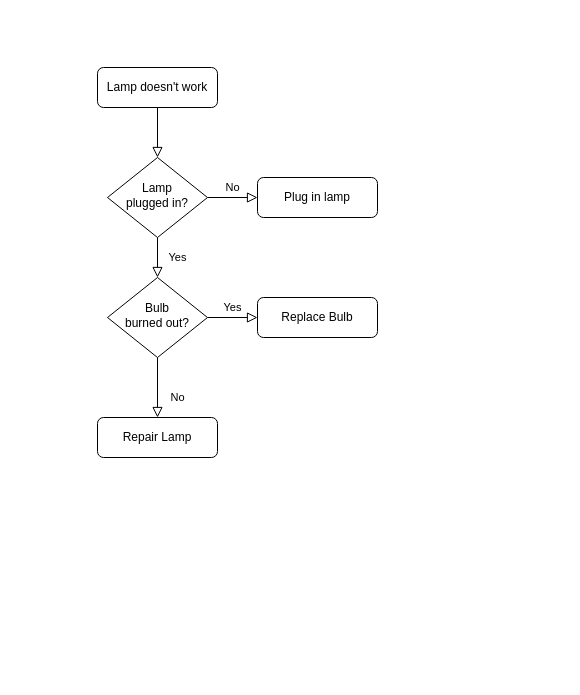
Earlier version of the draw.io diagram vm-sizes-approval.drawio (shariashaari/Diagrams). Source tidied: cells renumbered, new cells numbered last; positions are measured from the earlier drawing's top-left corner, leaving out a move shared by most shapes. Both pictures are drawn from the tidied source at 100%, with x=0, y=0 at pixel (97, 67).
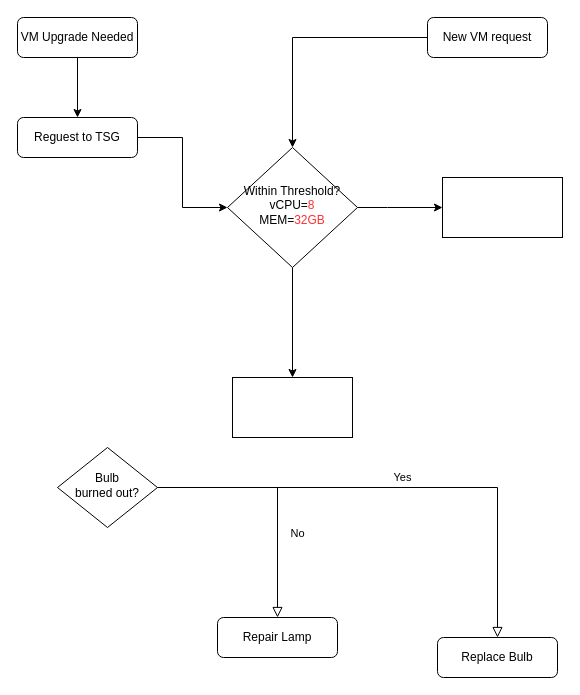
Above is the later version.

Change to the diagram source:
```diff
@@
 <mxGraphModel>
   <root>
     <mxCell id="0" />
     <mxCell id="1" parent="0" />
-    <mxCell id="2" style="rounded=0;html=1;jettySize=auto;fontSize=11;endArrow=block;endFill=0;endSize=8;strokeWidth=1;shadow=0;labelBackgroundColor=none;edgeStyle=orthogonalEdgeStyle;" parent="1" edge="1" source="3" target="6">
-      <mxGeometry relative="1" as="geometry" />
-    </mxCell>
+    <mxCell id="13" style="edgeStyle=orthogonalEdgeStyle;rounded=0;jettySize=auto;html=1;" parent="1" edge="1" source="3" target="17">
+      <mxGeometry relative="1" as="geometry" />
+    </mxCell>
-    <mxCell id="3" value="Lamp doesn't work" style="rounded=1;whiteSpace=wrap;html=1;fontSize=12;glass=0;strokeWidth=1;shadow=0;" parent="1" vertex="1">
-      <mxGeometry width="120" height="40" as="geometry" />
+    <mxCell id="3" value="VM Upgrade Needed" style="rounded=1;whiteSpace=wrap;html=1;fontSize=12;glass=0;strokeWidth=1;shadow=0;" parent="1" vertex="1">
+      <mxGeometry x="-80" y="-50" width="120" height="40" as="geometry" />
     </mxCell>
-    <mxCell id="4" value="Yes" style="rounded=0;html=1;jettySize=auto;fontSize=11;endArrow=block;endFill=0;endSize=8;strokeWidth=1;shadow=0;labelBackgroundColor=none;edgeStyle=orthogonalEdgeStyle;" parent="1" edge="1" source="6" target="10">
-      <mxGeometry y="20" relative="1" as="geometry" />
-    </mxCell>
-    <mxCell id="5" value="No" style="edgeStyle=orthogonalEdgeStyle;rounded=0;html=1;jettySize=auto;fontSize=11;endArrow=block;endFill=0;endSize=8;strokeWidth=1;shadow=0;labelBackgroundColor=none;" parent="1" edge="1" source="6" target="7">
-      <mxGeometry y="10" relative="1" as="geometry" />
-    </mxCell>
+    <mxCell id="14" style="edgeStyle=orthogonalEdgeStyle;rounded=0;jettySize=auto;html=1;fontColor=#FF3333;" parent="1" edge="1" source="6" target="20">
+      <mxGeometry relative="1" as="geometry">
+        <Array as="points">
+          <mxPoint x="290" y="140" />
+          <mxPoint x="290" y="140" />
+        </Array>
+      </mxGeometry>
+    </mxCell>
+    <mxCell id="15" style="edgeStyle=orthogonalEdgeStyle;rounded=0;jettySize=auto;html=1;fontColor=#FF3333;" parent="1" edge="1" source="6" target="21">
+      <mxGeometry relative="1" as="geometry" />
+    </mxCell>
-    <mxCell id="6" value="Lamp&lt;br&gt;plugged in?" style="rhombus;whiteSpace=wrap;html=1;shadow=0;fontFamily=Helvetica;fontSize=12;align=center;strokeWidth=1;spacing=6;spacingTop=-4;" parent="1" vertex="1">
-      <mxGeometry x="10" y="90" width="100" height="80" as="geometry" />
+    <mxCell id="6" value="Within Threshold?&lt;br&gt;vCPU=&lt;font color=&quot;#ff3333&quot;&gt;8&lt;/font&gt;&lt;br&gt;MEM=&lt;font color=&quot;#ff3333&quot;&gt;32GB&lt;/font&gt;" style="rhombus;whiteSpace=wrap;html=1;shadow=0;fontFamily=Helvetica;fontSize=12;align=center;strokeWidth=1;spacing=6;spacingTop=-4;" parent="1" vertex="1">
+      <mxGeometry x="130" y="80" width="130" height="120" as="geometry" />
     </mxCell>
-    <mxCell id="7" value="Plug in lamp" style="rounded=1;whiteSpace=wrap;html=1;fontSize=12;glass=0;strokeWidth=1;shadow=0;" parent="1" vertex="1">
-      <mxGeometry x="160" y="110" width="120" height="40" as="geometry" />
-    </mxCell>
     <mxCell id="8" value="No" style="rounded=0;html=1;jettySize=auto;fontSize=11;endArrow=block;endFill=0;endSize=8;strokeWidth=1;shadow=0;labelBackgroundColor=none;edgeStyle=orthogonalEdgeStyle;" parent="1" edge="1" source="10" target="11">
       <mxGeometry x="0.33" y="20" relative="1" as="geometry" />
     </mxCell>
     <mxCell id="9" value="Yes" style="edgeStyle=orthogonalEdgeStyle;rounded=0;html=1;jettySize=auto;fontSize=11;endArrow=block;endFill=0;endSize=8;strokeWidth=1;shadow=0;labelBackgroundColor=none;" parent="1" edge="1" source="10" target="12">
       <mxGeometry y="10" relative="1" as="geometry" />
     </mxCell>
     <mxCell id="10" value="Bulb&lt;br&gt;burned out?" style="rhombus;whiteSpace=wrap;html=1;shadow=0;fontFamily=Helvetica;fontSize=12;align=center;strokeWidth=1;spacing=6;spacingTop=-4;" parent="1" vertex="1">
-      <mxGeometry x="10" y="210" width="100" height="80" as="geometry" />
+      <mxGeometry x="-40" y="380" width="100" height="80" as="geometry" />
     </mxCell>
     <mxCell id="11" value="Repair Lamp" style="rounded=1;whiteSpace=wrap;html=1;fontSize=12;glass=0;strokeWidth=1;shadow=0;" parent="1" vertex="1">
-      <mxGeometry y="350" width="120" height="40" as="geometry" />
+      <mxGeometry x="120" y="550" width="120" height="40" as="geometry" />
     </mxCell>
     <mxCell id="12" value="Replace Bulb" style="rounded=1;whiteSpace=wrap;html=1;fontSize=12;glass=0;strokeWidth=1;shadow=0;" parent="1" vertex="1">
-      <mxGeometry x="160" y="230" width="120" height="40" as="geometry" />
+      <mxGeometry x="340" y="570" width="120" height="40" as="geometry" />
     </mxCell>
+    <mxCell id="16" style="edgeStyle=orthogonalEdgeStyle;rounded=0;jettySize=auto;html=1;" parent="1" edge="1" source="17" target="6">
+      <mxGeometry relative="1" as="geometry" />
+    </mxCell>
+    <mxCell id="17" value="Reguest to TSG" style="whiteSpace=wrap;html=1;rounded=1;glass=0;strokeWidth=1;shadow=0;" parent="1" vertex="1">
+      <mxGeometry x="-80" y="50" width="120" height="40" as="geometry" />
+    </mxCell>
+    <mxCell id="18" style="edgeStyle=orthogonalEdgeStyle;rounded=0;jettySize=auto;html=1;fontColor=#FF3333;" parent="1" edge="1" source="19" target="6">
+      <mxGeometry relative="1" as="geometry" />
+    </mxCell>
+    <mxCell id="19" value="New VM request" style="rounded=1;whiteSpace=wrap;html=1;" parent="1" vertex="1">
+      <mxGeometry x="330" y="-50" width="120" height="40" as="geometry" />
+    </mxCell>
+    <mxCell id="20" style="whiteSpace=wrap;html=1;shadow=0;strokeWidth=1;spacing=6;spacingTop=-4;" parent="1" vertex="1">
+      <mxGeometry x="345" y="110" width="120" height="60" as="geometry" />
+    </mxCell>
+    <mxCell id="21" style="whiteSpace=wrap;html=1;shadow=0;strokeWidth=1;spacing=6;spacingTop=-4;" parent="1" vertex="1">
+      <mxGeometry x="135" y="310" width="120" height="60" as="geometry" />
+    </mxCell>
   </root>
 </mxGraphModel>
```
